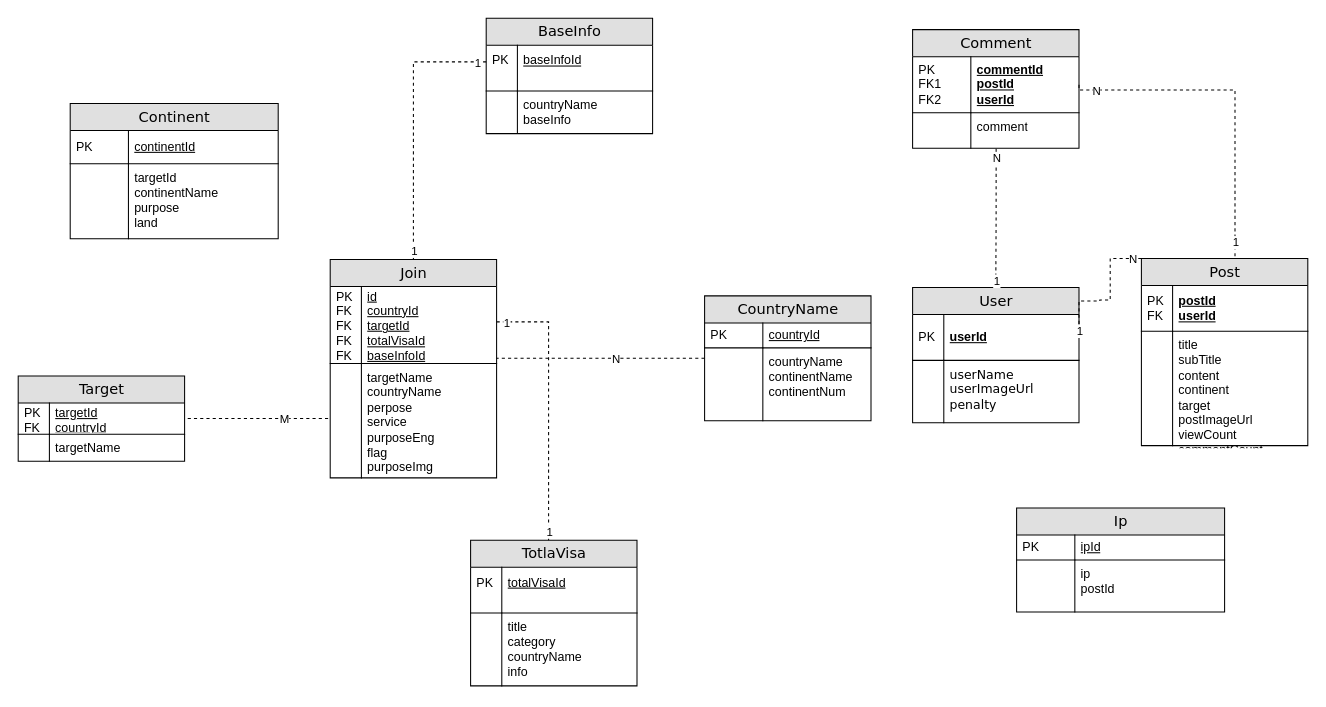
Earlier version of the draw.io diagram ERD.drawio (qwe1234k/finalProjectERD). Source tidied: cells renumbered, new cells numbered last; positions are measured from the earlier drawing's top-left corner, leaving out a move shared by most shapes. Both pictures are drawn from the tidied source at 104%, with x=0, y=0 at pixel (18, 18).
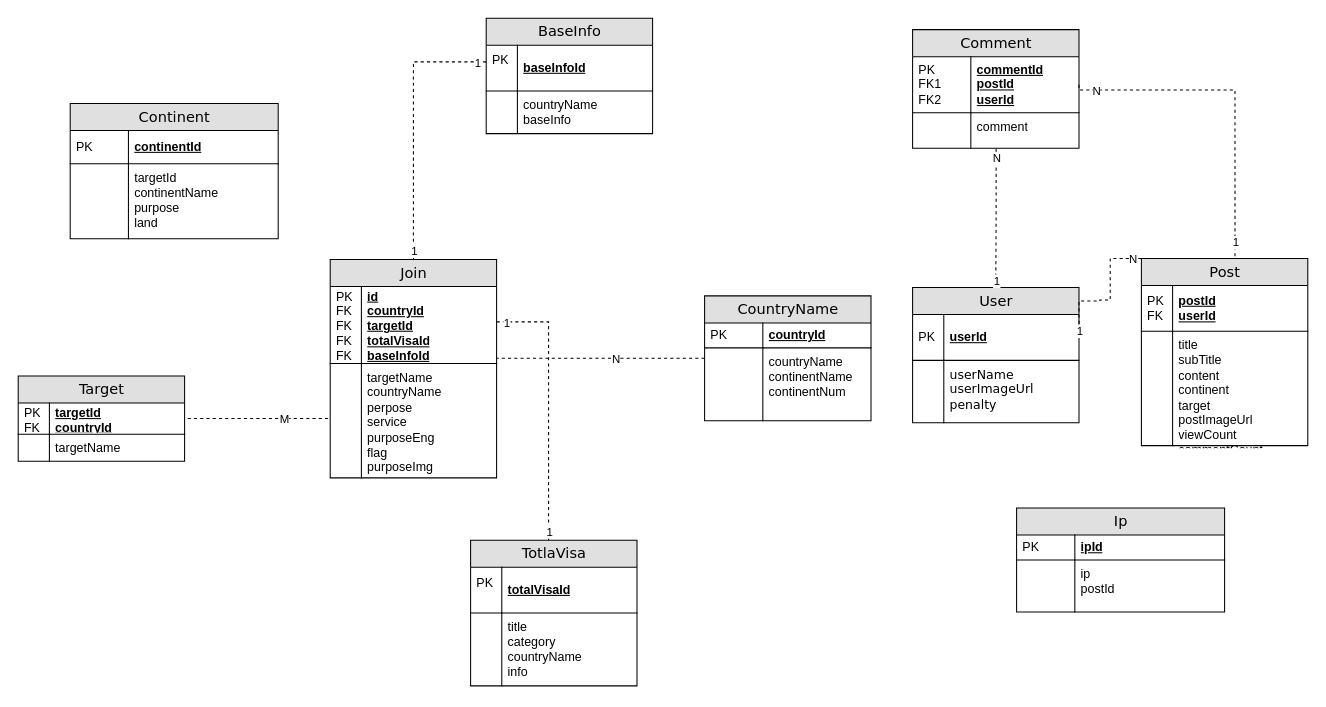
The same diagram, later.

Unchanged cells that the change refers to:
```xml
<mxCell id="2" value="Target" style="swimlane;html=1;fontStyle=0;horizontal=1;startSize=26;fillColor=#e0e0e0;swimlaneFillColor=#ffffff;align=center;rounded=0;shadow=0;comic=0;labelBackgroundColor=none;strokeWidth=1;fontFamily=Verdana;fontSize=14;swimlaneLine=1;" parent="1" vertex="1">
  <mxGeometry y="344" width="160" height="82" as="geometry" />
</mxCell>
<mxCell id="22" value="TotlaVisa" style="swimlane;html=1;fontStyle=0;horizontal=1;startSize=26;fillColor=#e0e0e0;swimlaneFillColor=#ffffff;align=center;rounded=0;shadow=0;comic=0;labelBackgroundColor=none;strokeWidth=1;fontFamily=Verdana;fontSize=14;swimlaneLine=1;" parent="1" vertex="1">
  <mxGeometry x="435" y="502" width="160" height="140" as="geometry" />
</mxCell>
<mxCell id="27" value="CountryName" style="swimlane;html=1;fontStyle=0;horizontal=1;startSize=26;fillColor=#e0e0e0;swimlaneFillColor=#ffffff;align=center;rounded=0;shadow=0;comic=0;labelBackgroundColor=none;strokeWidth=1;fontFamily=Verdana;fontSize=14;" parent="1" vertex="1">
  <mxGeometry x="660" y="267" width="160" height="120" as="geometry" />
</mxCell>
<mxCell id="47" value="Ip" style="swimlane;html=1;fontStyle=0;horizontal=1;startSize=26;fillColor=#e0e0e0;swimlaneFillColor=#ffffff;align=center;rounded=0;shadow=0;comic=0;labelBackgroundColor=none;strokeWidth=1;fontFamily=Verdana;fontSize=14;" parent="1" vertex="1">
  <mxGeometry x="960" y="471" width="200" height="100" as="geometry" />
</mxCell>
<mxCell id="52" value="Join" style="swimlane;html=1;fontStyle=0;horizontal=1;startSize=26;fillColor=#e0e0e0;swimlaneFillColor=#ffffff;align=center;rounded=0;shadow=0;comic=0;labelBackgroundColor=none;strokeWidth=1;fontFamily=Verdana;fontSize=14;swimlaneLine=1;" parent="1" vertex="1">
  <mxGeometry x="300" y="232" width="160" height="210" as="geometry" />
</mxCell>
<mxCell id="57" value="Continent" style="swimlane;html=1;fontStyle=0;horizontal=1;startSize=26;fillColor=#e0e0e0;swimlaneFillColor=#ffffff;align=center;rounded=0;shadow=0;comic=0;labelBackgroundColor=none;strokeWidth=1;fontFamily=Verdana;fontSize=14;" parent="1" vertex="1">
  <mxGeometry x="50" y="82" width="200" height="130" as="geometry" />
</mxCell>
<mxCell id="62" value="BaseInfo" style="swimlane;html=1;fontStyle=0;horizontal=1;startSize=26;fillColor=#e0e0e0;swimlaneFillColor=#ffffff;align=center;rounded=0;shadow=0;comic=0;labelBackgroundColor=none;strokeWidth=1;fontFamily=Verdana;fontSize=14;swimlaneLine=1;" parent="1" vertex="1">
  <mxGeometry x="450" width="160" height="111" as="geometry" />
</mxCell>
```

The edit, as a diff of the source:
```diff
@@
-    <mxCell id="3" value="&lt;span style=&quot;font-weight: normal&quot;&gt;targetId&lt;br&gt;countryId&lt;br&gt;&lt;/span&gt;" style="shape=partialRectangle;top=0;left=0;right=0;bottom=1;html=1;align=left;verticalAlign=middle;fillColor=none;spacingLeft=34;spacingRight=4;whiteSpace=wrap;overflow=hidden;fontStyle=5;" parent="2" vertex="1">
+    <mxCell id="3" value="targetId&lt;br&gt;countryId" style="shape=partialRectangle;top=0;left=0;right=0;bottom=1;html=1;align=left;verticalAlign=middle;fillColor=none;spacingLeft=34;spacingRight=4;whiteSpace=wrap;overflow=hidden;fontStyle=5;" parent="2" vertex="1">
       <mxGeometry y="26" width="160" height="30" as="geometry" />
     </mxCell>
@@
-    <mxCell id="23" value="&lt;span style=&quot;font-weight: normal&quot;&gt;totalVisaId&lt;br&gt;&lt;br&gt;&lt;/span&gt;" style="shape=partialRectangle;top=0;left=0;right=0;bottom=1;html=1;align=left;verticalAlign=middle;fillColor=none;spacingLeft=34;spacingRight=4;whiteSpace=wrap;overflow=hidden;fontStyle=5;" parent="22" vertex="1">
+    <mxCell id="23" value="totalVisaId&lt;br&gt;" style="shape=partialRectangle;top=0;left=0;right=0;bottom=1;html=1;align=left;verticalAlign=middle;fillColor=none;spacingLeft=34;spacingRight=4;whiteSpace=wrap;overflow=hidden;fontStyle=5;" parent="22" vertex="1">
       <mxGeometry y="26" width="160" height="44" as="geometry" />
     </mxCell>
@@
-    <mxCell id="28" value="&lt;font face=&quot;helvetica&quot; style=&quot;font-weight: normal&quot;&gt;countryId&lt;/font&gt;&lt;font face=&quot;helvetica&quot; style=&quot;font-weight: normal&quot;&gt;&lt;br&gt;&lt;/font&gt;" style="shape=partialRectangle;top=0;left=0;right=0;bottom=1;html=1;align=left;verticalAlign=middle;fillColor=none;spacingLeft=60;spacingRight=4;whiteSpace=wrap;overflow=hidden;fontStyle=5;" parent="27" vertex="1">
+    <mxCell id="28" value="&lt;font face=&quot;helvetica&quot; style=&quot;&quot;&gt;countryId&lt;/font&gt;&lt;font face=&quot;helvetica&quot; style=&quot;font-weight: normal&quot;&gt;&lt;br&gt;&lt;/font&gt;" style="shape=partialRectangle;top=0;left=0;right=0;bottom=1;html=1;align=left;verticalAlign=middle;fillColor=none;spacingLeft=60;spacingRight=4;whiteSpace=wrap;overflow=hidden;fontStyle=5;" parent="27" vertex="1">
       <mxGeometry y="26" width="160" height="24" as="geometry" />
     </mxCell>
@@
-    <mxCell id="48" value="&lt;span style=&quot;font-weight: 400&quot;&gt;ipId&lt;br&gt;&lt;/span&gt;" style="shape=partialRectangle;top=0;left=0;right=0;bottom=1;html=1;align=left;verticalAlign=middle;fillColor=none;spacingLeft=60;spacingRight=4;whiteSpace=wrap;overflow=hidden;fontStyle=5;" parent="47" vertex="1">
+    <mxCell id="48" value="ipId" style="shape=partialRectangle;top=0;left=0;right=0;bottom=1;html=1;align=left;verticalAlign=middle;fillColor=none;spacingLeft=60;spacingRight=4;whiteSpace=wrap;overflow=hidden;fontStyle=5;" parent="47" vertex="1">
       <mxGeometry y="26" width="200" height="24" as="geometry" />
     </mxCell>
@@
-    <mxCell id="53" value="&lt;span style=&quot;font-weight: normal&quot;&gt;id&lt;br&gt;countryId&lt;br&gt;targetId&lt;br&gt;totalVisaId&lt;br&gt;baseInfoId&lt;br&gt;&lt;/span&gt;" style="shape=partialRectangle;top=0;left=0;right=0;bottom=1;html=1;align=left;verticalAlign=middle;fillColor=none;spacingLeft=34;spacingRight=4;whiteSpace=wrap;overflow=hidden;points=[[0,0.5],[1,0.5]];portConstraint=eastwest;fontStyle=5;" parent="52" vertex="1">
+    <mxCell id="53" value="id&lt;br&gt;countryId&lt;br&gt;targetId&lt;br&gt;totalVisaId&lt;br&gt;baseInfoId" style="shape=partialRectangle;top=0;left=0;right=0;bottom=1;html=1;align=left;verticalAlign=middle;fillColor=none;spacingLeft=34;spacingRight=4;whiteSpace=wrap;overflow=hidden;points=[[0,0.5],[1,0.5]];portConstraint=eastwest;fontStyle=5;" parent="52" vertex="1">
       <mxGeometry y="26" width="160" height="74" as="geometry" />
     </mxCell>
@@
-    <mxCell id="58" value="&lt;span style=&quot;font-weight: 400&quot;&gt;continentId&lt;br&gt;&lt;/span&gt;" style="shape=partialRectangle;top=0;left=0;right=0;bottom=1;html=1;align=left;verticalAlign=middle;fillColor=none;spacingLeft=60;spacingRight=4;whiteSpace=wrap;overflow=hidden;fontStyle=5;" parent="57" vertex="1">
+    <mxCell id="58" value="continentId" style="shape=partialRectangle;top=0;left=0;right=0;bottom=1;html=1;align=left;verticalAlign=middle;fillColor=none;spacingLeft=60;spacingRight=4;whiteSpace=wrap;overflow=hidden;fontStyle=5;" parent="57" vertex="1">
       <mxGeometry y="26" width="200" height="32" as="geometry" />
     </mxCell>
@@
-    <mxCell id="63" value="&lt;span style=&quot;font-weight: normal&quot;&gt;baseInfoId&lt;br&gt;&lt;br&gt;&lt;/span&gt;" style="shape=partialRectangle;top=0;left=0;right=0;bottom=1;html=1;align=left;verticalAlign=middle;fillColor=none;spacingLeft=34;spacingRight=4;whiteSpace=wrap;overflow=hidden;fontStyle=5;" parent="62" vertex="1">
+    <mxCell id="63" value="baseInfoId&lt;br&gt;" style="shape=partialRectangle;top=0;left=0;right=0;bottom=1;html=1;align=left;verticalAlign=middle;fillColor=none;spacingLeft=34;spacingRight=4;whiteSpace=wrap;overflow=hidden;fontStyle=5;" parent="62" vertex="1">
       <mxGeometry y="26" width="160" height="44" as="geometry" />
     </mxCell>
```
